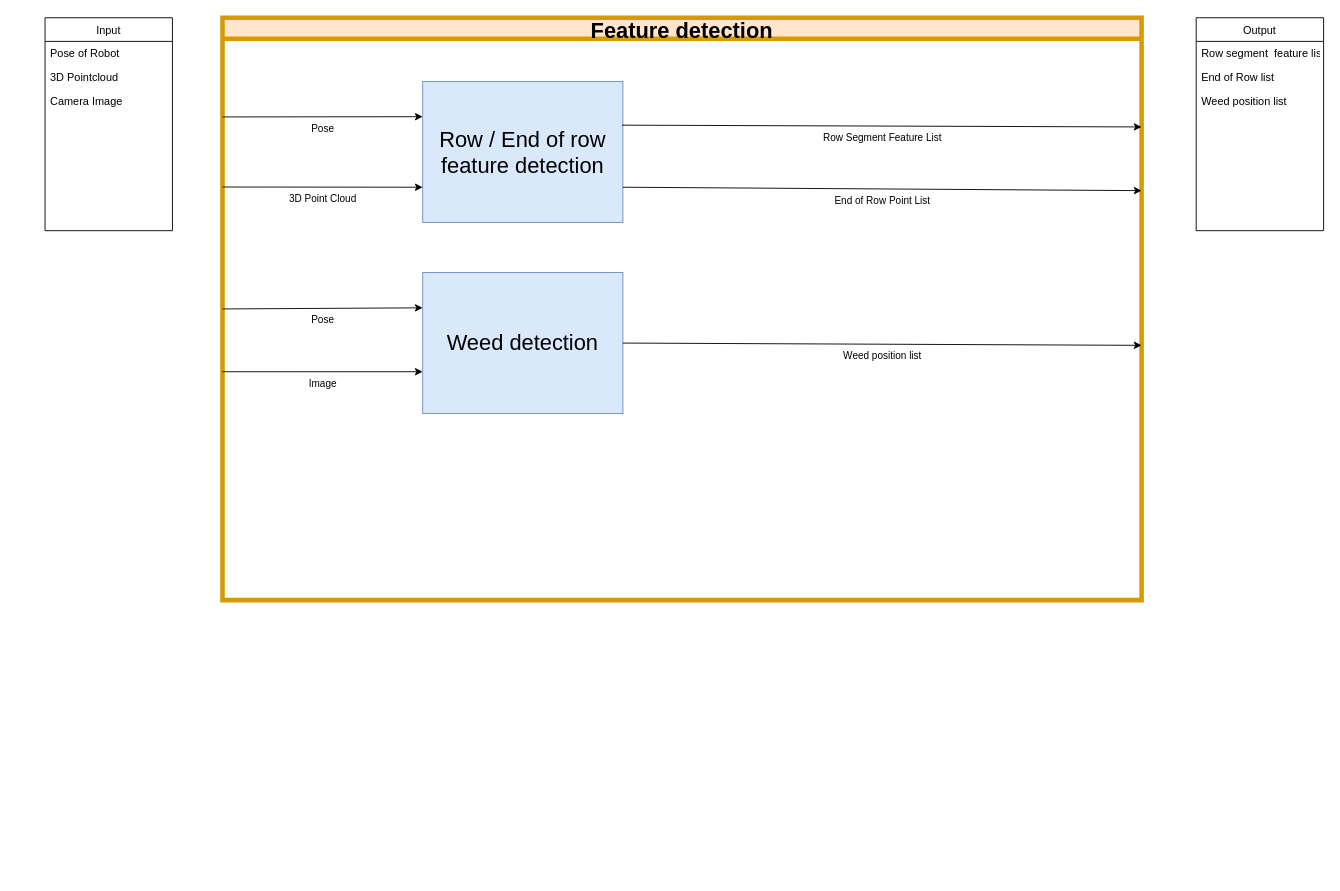
ipa-dmo/ipa_outdoor_docu keeps this draw.io diagram as page "Feature detection" (5 of 6) of TestNav.drawio. Above is the earlier version. Source tidied: cells renumbered, new cells numbered last; positions are measured from the earlier drawing's top-left corner, leaving out a move shared by most shapes. Both pictures are drawn from the tidied source at 91%, with x=0, y=0 at pixel (45, 17).
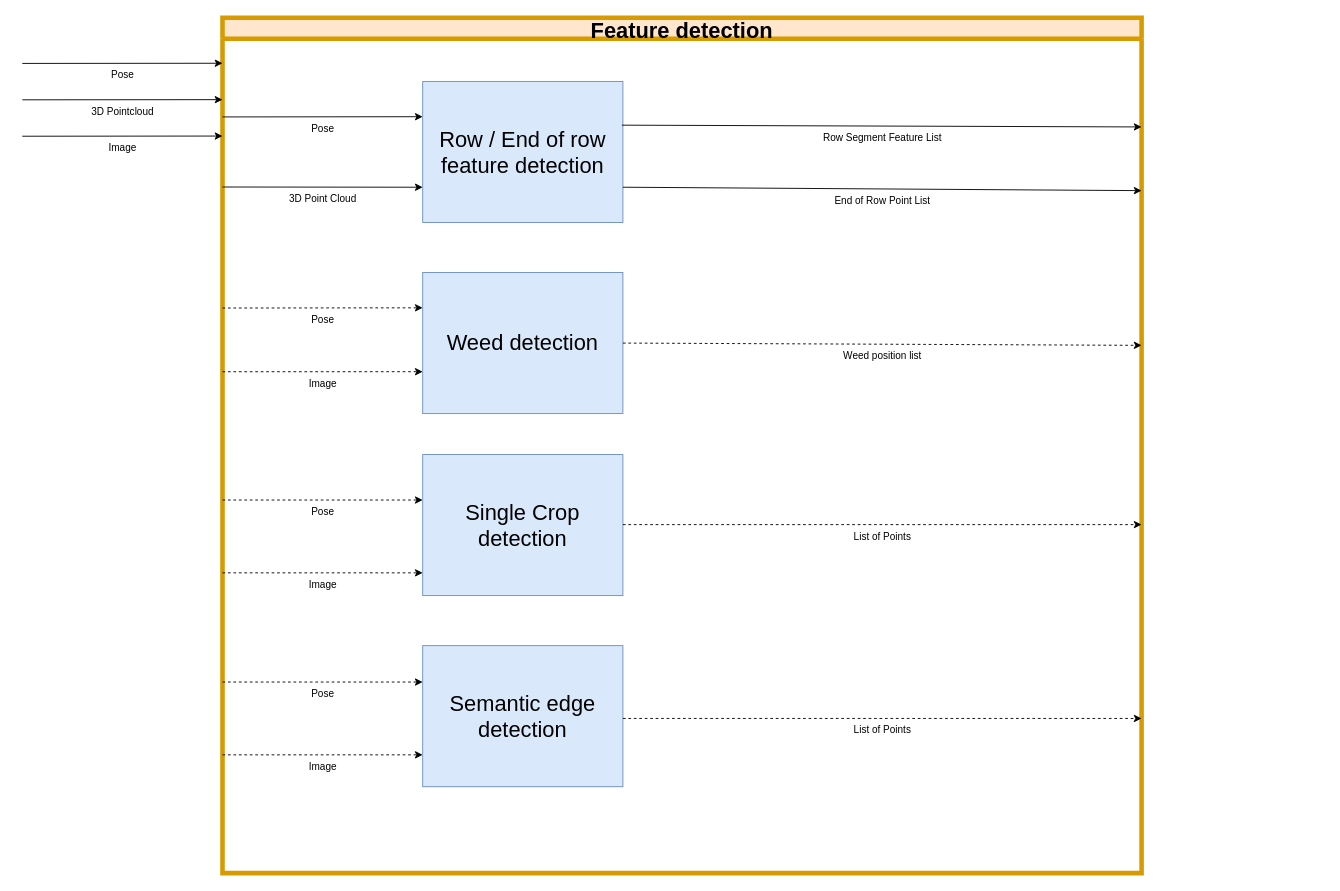
The same page after the edit.

Commit message (it also covers changes not shown here):
Update Feature detection graph

The change refers to these unchanged cells:
```xml
<mxCell id="8" value="&lt;div&gt;&lt;font style=&quot;font-size: 24px&quot;&gt;Weed detection&lt;/font&gt;&lt;/div&gt;" style="whiteSpace=wrap;html=1;fillColor=#dae8fc;strokeColor=#6c8ebf;" parent="2" vertex="1">
  <mxGeometry x="220" y="280" width="220" height="155" as="geometry" />
</mxCell>
```

The edit, as a diff of the source:
```diff
@@
     <mxCell id="2" value="Feature detection" style="swimlane;fillColor=#ffe6cc;strokeColor=#d79b00;fontSize=24;strokeWidth=5;" parent="1" vertex="1">
-      <mxGeometry x="195" width="1010" height="640" as="geometry" />
+      <mxGeometry x="195" width="1010" height="940" as="geometry" />
     </mxCell>
@@
-    <mxCell id="9" value="&lt;div&gt;Pose&lt;/div&gt;" style="endArrow=classic;html=1;verticalAlign=top;entryX=0;entryY=0.25;entryDx=0;entryDy=0;exitX=0;exitY=0.5;exitDx=0;exitDy=0;" parent="2" edge="1" source="2" target="8">
-      <mxGeometry relative="1" as="geometry" />
+    <mxCell id="9" value="&lt;div&gt;Pose&lt;/div&gt;" style="endArrow=classic;html=1;verticalAlign=top;entryX=0;entryY=0.25;entryDx=0;entryDy=0;dashed=1;" parent="2" edge="1" target="8">
+      <mxGeometry relative="1" as="geometry">
+        <mxPoint y="319" as="sourcePoint" />
+      </mxGeometry>
     </mxCell>
-    <mxCell id="10" value="Weed position list " style="endArrow=classic;html=1;verticalAlign=top;exitX=1;exitY=0.5;exitDx=0;exitDy=0;" parent="2" edge="1" source="8">
+    <mxCell id="10" value="Weed position list " style="endArrow=classic;html=1;verticalAlign=top;exitX=1;exitY=0.5;exitDx=0;exitDy=0;dashed=1;" parent="2" edge="1" source="8">
       <mxGeometry relative="1" as="geometry">
         <mxPoint x="1010" y="360" as="targetPoint" />
       </mxGeometry>
     </mxCell>
-    <mxCell id="11" value="Input" style="swimlane;fontStyle=0;horizontal=1;startSize=26;" parent="1" vertex="1">
-      <mxGeometry width="140" height="234" as="geometry" />
-    </mxCell>
-    <mxCell id="12" value="Pose of Robot" style="text;strokeColor=none;fillColor=none;align=left;verticalAlign=top;spacingLeft=4;spacingRight=4;overflow=hidden;" parent="11" vertex="1">
-      <mxGeometry y="26" width="140" height="26" as="geometry" />
-    </mxCell>
+    <mxCell id="30" value="&lt;font style=&quot;font-size: 24px&quot;&gt;Single Crop detection&lt;/font&gt;" style="whiteSpace=wrap;html=1;fillColor=#dae8fc;strokeColor=#6c8ebf;" parent="2" vertex="1">
+      <mxGeometry x="220" y="480" width="220" height="155" as="geometry" />
+    </mxCell>
+    <mxCell id="31" value="&lt;div&gt;List of Points&lt;/div&gt;" style="endArrow=classic;html=1;verticalAlign=top;dashed=1;" parent="2" edge="1">
+      <mxGeometry relative="1" as="geometry">
+        <mxPoint x="440" y="557" as="sourcePoint" />
+        <mxPoint x="1010" y="557" as="targetPoint" />
+      </mxGeometry>
+    </mxCell>
+    <mxCell id="32" value="&lt;font style=&quot;font-size: 24px&quot;&gt;Semantic edge detection&lt;br&gt;&lt;/font&gt;" style="whiteSpace=wrap;html=1;fillColor=#dae8fc;strokeColor=#6c8ebf;" parent="2" vertex="1">
+      <mxGeometry x="220" y="690" width="220" height="155" as="geometry" />
+    </mxCell>
+    <mxCell id="29" value="Image" style="endArrow=classic;html=1;verticalAlign=top;entryX=0;entryY=0.703;entryDx=0;entryDy=0;entryPerimeter=0;dashed=1;" parent="1" edge="1" target="8">
+      <mxGeometry relative="1" as="geometry">
+        <mxPoint x="195" y="389" as="sourcePoint" />
+      </mxGeometry>
+    </mxCell>
+    <mxCell id="33" value="&lt;div&gt;Pose&lt;/div&gt;" style="endArrow=classic;html=1;verticalAlign=top;entryX=0;entryY=0.25;entryDx=0;entryDy=0;" parent="1" edge="1">
+      <mxGeometry relative="1" as="geometry">
+        <mxPoint x="-25" y="50.2" as="sourcePoint" />
+        <mxPoint x="195" y="50" as="targetPoint" />
+      </mxGeometry>
+    </mxCell>
-    <mxCell id="13" value="3D Pointcloud" style="text;strokeColor=none;fillColor=none;align=left;verticalAlign=top;spacingLeft=4;spacingRight=4;overflow=hidden;" parent="11" vertex="1">
-      <mxGeometry y="52" width="140" height="26" as="geometry" />
+    <mxCell id="13" value="3D Pointcloud" style="endArrow=classic;html=1;verticalAlign=top;entryX=0;entryY=0.25;entryDx=0;entryDy=0;" parent="1" edge="1">
+      <mxGeometry relative="1" as="geometry">
+        <mxPoint x="-25" y="90.2" as="sourcePoint" />
+        <mxPoint x="195" y="90" as="targetPoint" />
+      </mxGeometry>
     </mxCell>
-    <mxCell id="14" value="Camera Image" style="text;strokeColor=none;fillColor=none;align=left;verticalAlign=top;spacingLeft=4;spacingRight=4;overflow=hidden;" parent="11" vertex="1">
-      <mxGeometry y="78" width="140" height="26" as="geometry" />
-    </mxCell>
-    <mxCell id="15" value=" " style="text;strokeColor=none;fillColor=none;align=left;verticalAlign=top;spacingLeft=4;spacingRight=4;overflow=hidden;" parent="11" vertex="1">
-      <mxGeometry y="104" width="140" height="26" as="geometry" />
-    </mxCell>
-    <mxCell id="16" value=" " style="text;strokeColor=none;fillColor=none;align=left;verticalAlign=top;spacingLeft=4;spacingRight=4;overflow=hidden;" parent="11" vertex="1">
-      <mxGeometry y="130" width="140" height="26" as="geometry" />
-    </mxCell>
-    <mxCell id="17" value=" " style="text;strokeColor=none;fillColor=none;align=left;verticalAlign=top;spacingLeft=4;spacingRight=4;overflow=hidden;" parent="11" vertex="1">
-      <mxGeometry y="156" width="140" height="26" as="geometry" />
-    </mxCell>
-    <mxCell id="18" value=" " style="text;strokeColor=none;fillColor=none;align=left;verticalAlign=top;spacingLeft=4;spacingRight=4;overflow=hidden;" parent="11" vertex="1">
-      <mxGeometry y="182" width="140" height="26" as="geometry" />
-    </mxCell>
-    <mxCell id="19" value=" " style="text;strokeColor=none;fillColor=none;align=left;verticalAlign=top;spacingLeft=4;spacingRight=4;overflow=hidden;" parent="11" vertex="1">
-      <mxGeometry y="208" width="140" height="26" as="geometry" />
-    </mxCell>
-    <mxCell id="20" value="Output" style="swimlane;fontStyle=0;horizontal=1;startSize=26;" parent="1" vertex="1">
-      <mxGeometry x="1265" width="140" height="234" as="geometry" />
-    </mxCell>
-    <mxCell id="21" value="Row segment  feature list" style="text;strokeColor=none;fillColor=none;align=left;verticalAlign=top;spacingLeft=4;spacingRight=4;overflow=hidden;" parent="20" vertex="1">
-      <mxGeometry y="26" width="140" height="26" as="geometry" />
-    </mxCell>
-    <mxCell id="22" value="End of Row list" style="text;strokeColor=none;fillColor=none;align=left;verticalAlign=top;spacingLeft=4;spacingRight=4;overflow=hidden;" parent="20" vertex="1">
-      <mxGeometry y="52" width="140" height="26" as="geometry" />
-    </mxCell>
-    <mxCell id="23" value="Weed position list " style="text;strokeColor=none;fillColor=none;align=left;verticalAlign=top;spacingLeft=4;spacingRight=4;overflow=hidden;" parent="20" vertex="1">
-      <mxGeometry y="78" width="140" height="26" as="geometry" />
-    </mxCell>
-    <mxCell id="24" value=" " style="text;strokeColor=none;fillColor=none;align=left;verticalAlign=top;spacingLeft=4;spacingRight=4;overflow=hidden;" parent="20" vertex="1">
-      <mxGeometry y="104" width="140" height="26" as="geometry" />
-    </mxCell>
-    <mxCell id="25" value=" " style="text;strokeColor=none;fillColor=none;align=left;verticalAlign=top;spacingLeft=4;spacingRight=4;overflow=hidden;" parent="20" vertex="1">
-      <mxGeometry y="130" width="140" height="26" as="geometry" />
-    </mxCell>
-    <mxCell id="26" value=" " style="text;strokeColor=none;fillColor=none;align=left;verticalAlign=top;spacingLeft=4;spacingRight=4;overflow=hidden;" parent="20" vertex="1">
-      <mxGeometry y="156" width="140" height="26" as="geometry" />
-    </mxCell>
-    <mxCell id="27" value=" " style="text;strokeColor=none;fillColor=none;align=left;verticalAlign=top;spacingLeft=4;spacingRight=4;overflow=hidden;" parent="20" vertex="1">
-      <mxGeometry y="182" width="140" height="26" as="geometry" />
-    </mxCell>
-    <mxCell id="28" value=" " style="text;strokeColor=none;fillColor=none;align=left;verticalAlign=top;spacingLeft=4;spacingRight=4;overflow=hidden;" parent="20" vertex="1">
-      <mxGeometry y="208" width="140" height="26" as="geometry" />
-    </mxCell>
-    <mxCell id="29" value="Image" style="endArrow=classic;html=1;verticalAlign=top;entryX=0;entryY=0.703;entryDx=0;entryDy=0;entryPerimeter=0;" parent="1" edge="1" target="8">
-      <mxGeometry relative="1" as="geometry">
-        <mxPoint x="195" y="389" as="sourcePoint" />
-      </mxGeometry>
-    </mxCell>
+    <mxCell id="34" value="Image" style="endArrow=classic;html=1;verticalAlign=top;entryX=0;entryY=0.25;entryDx=0;entryDy=0;" parent="1" edge="1">
+      <mxGeometry relative="1" as="geometry">
+        <mxPoint x="-25" y="130.2" as="sourcePoint" />
+        <mxPoint x="195" y="130" as="targetPoint" />
+      </mxGeometry>
+    </mxCell>
+    <mxCell id="35" value="Image" style="endArrow=classic;html=1;verticalAlign=top;entryX=0;entryY=0.703;entryDx=0;entryDy=0;entryPerimeter=0;dashed=1;" parent="1" edge="1">
+      <mxGeometry relative="1" as="geometry">
+        <mxPoint x="195" y="610" as="sourcePoint" />
+        <mxPoint x="415" y="610" as="targetPoint" />
+      </mxGeometry>
+    </mxCell>
+    <mxCell id="36" value="Pose" style="endArrow=classic;html=1;verticalAlign=top;entryX=0;entryY=0.703;entryDx=0;entryDy=0;entryPerimeter=0;dashed=1;" parent="1" edge="1">
+      <mxGeometry relative="1" as="geometry">
+        <mxPoint x="195" y="530" as="sourcePoint" />
+        <mxPoint x="415" y="530" as="targetPoint" />
+      </mxGeometry>
+    </mxCell>
+    <mxCell id="37" value="Pose" style="endArrow=classic;html=1;verticalAlign=top;entryX=0;entryY=0.703;entryDx=0;entryDy=0;entryPerimeter=0;dashed=1;" parent="1" edge="1">
+      <mxGeometry relative="1" as="geometry">
+        <mxPoint x="195" y="730" as="sourcePoint" />
+        <mxPoint x="415" y="730" as="targetPoint" />
+      </mxGeometry>
+    </mxCell>
+    <mxCell id="38" value="Image" style="endArrow=classic;html=1;verticalAlign=top;entryX=0;entryY=0.703;entryDx=0;entryDy=0;entryPerimeter=0;dashed=1;" parent="1" edge="1">
+      <mxGeometry relative="1" as="geometry">
+        <mxPoint x="195" y="810" as="sourcePoint" />
+        <mxPoint x="415" y="810" as="targetPoint" />
+      </mxGeometry>
+    </mxCell>
+    <mxCell id="39" value="&lt;div&gt;List of Points&lt;/div&gt;" style="endArrow=classic;html=1;verticalAlign=top;dashed=1;" parent="1" edge="1">
+      <mxGeometry relative="1" as="geometry">
+        <mxPoint x="635" y="770" as="sourcePoint" />
+        <mxPoint x="1205" y="770" as="targetPoint" />
+      </mxGeometry>
+    </mxCell>
```
